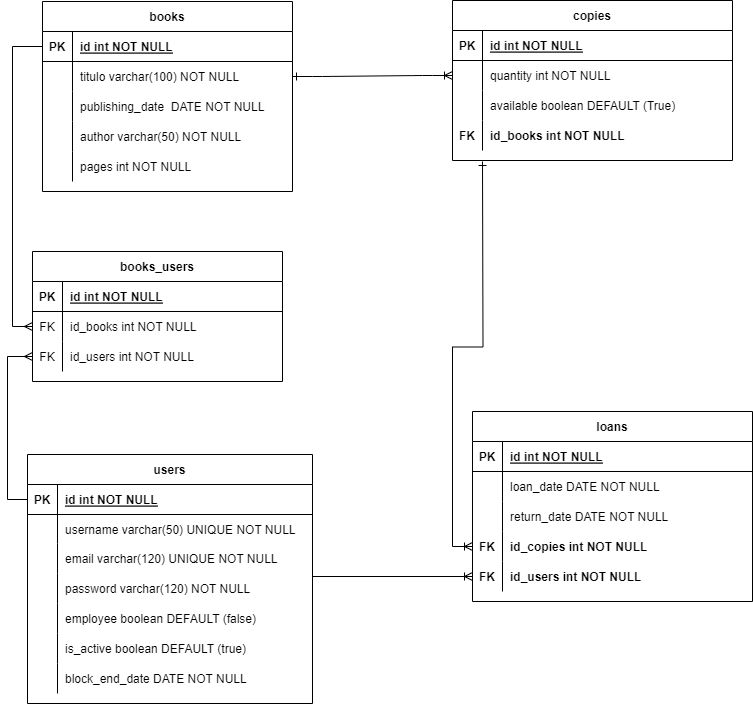
The draw.io diagram DER_biblioteKA.drawio.png in projeto-BiblioteKA-g25/biblioteKA-bff, before a commit. Source tidied: cells renumbered, new cells last; positions are measured from the earlier drawing's top-left corner, leaving out a move shared by most shapes.
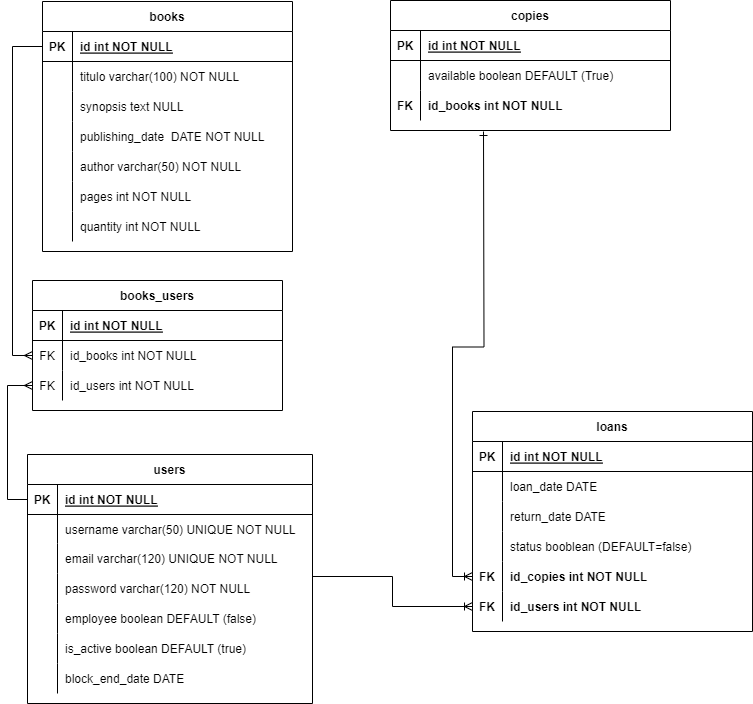
The same file after the commit.

The edit, as a diff of the source:
```diff
@@ -2,16 +2,16 @@
   <root>
     <mxCell id="0" />
     <mxCell id="1" parent="0" />
-    <mxCell id="2" style="edgeStyle=entityRelationEdgeStyle;endArrow=ERoneToMany;startArrow=ERone;endFill=0;startFill=0;exitX=1;exitY=0.5;exitDx=0;exitDy=0;" parent="1" edge="1" source="38" target="8">
+    <mxCell id="2" style="edgeStyle=entityRelationEdgeStyle;endArrow=ERoneToMany;startArrow=ERone;endFill=0;startFill=0;exitX=1;exitY=0.5;exitDx=0;exitDy=0;" parent="1" edge="1" source="38" target="x">
       <mxGeometry relative="1" as="geometry" />
     </mxCell>
     <mxCell id="3" style="edgeStyle=orthogonalEdgeStyle;rounded=0;jettySize=auto;html=1;startArrow=ERone;startFill=0;endArrow=ERoneToMany;endFill=0;entryX=0;entryY=0.5;entryDx=0;entryDy=0;" parent="1" edge="1" target="27">
       <mxGeometry relative="1" as="geometry">
-        <mxPoint x="455" y="161" as="sourcePoint" />
+        <mxPoint x="456" y="131" as="sourcePoint" />
       </mxGeometry>
     </mxCell>
     <mxCell id="4" value="copies" style="shape=table;startSize=30;rowLines=0;fontStyle=1;align=center;" parent="1" vertex="1">
-      <mxGeometry x="425" width="280" height="160" as="geometry" />
+      <mxGeometry x="363" width="280" height="130" as="geometry" />
     </mxCell>
     <mxCell id="5" style="shape=partialRectangle;fillColor=none;top=0;left=0;right=0;bottom=1;" parent="4" vertex="1">
       <mxGeometry y="30" width="280" height="30" as="geometry" />
@@ -22,17 +22,8 @@
     <mxCell id="7" value="id int NOT NULL " style="shape=partialRectangle;overflow=hidden;fillColor=none;top=0;left=0;bottom=0;right=0;align=left;spacingLeft=6;fontStyle=5;" parent="5" vertex="1">
       <mxGeometry x="30" width="250" height="30" as="geometry" />
     </mxCell>
-    <mxCell id="8" style="shape=partialRectangle;fillColor=none;points=[[0,0.5],[1,0.5]];portConstraint=eastwest;top=0;left=0;right=0;bottom=0;" parent="4" vertex="1">
-      <mxGeometry y="60" width="280" height="30" as="geometry" />
-    </mxCell>
-    <mxCell id="9" style="shape=partialRectangle;overflow=hidden;fillColor=none;top=0;left=0;bottom=0;right=0;" parent="8" vertex="1">
-      <mxGeometry width="30" height="30" as="geometry" />
-    </mxCell>
-    <mxCell id="10" value="quantity int NOT NULL" style="shape=partialRectangle;overflow=hidden;fillColor=none;top=0;left=0;bottom=0;right=0;align=left;spacingLeft=6;" parent="8" vertex="1">
-      <mxGeometry x="30" width="250" height="30" as="geometry" />
-    </mxCell>
     <mxCell id="11" style="shape=partialRectangle;fillColor=none;top=0;left=0;right=0;bottom=0;" parent="4" vertex="1">
-      <mxGeometry y="90" width="280" height="30" as="geometry" />
+      <mxGeometry y="60" width="280" height="30" as="geometry" />
     </mxCell>
     <mxCell id="12" style="shape=partialRectangle;overflow=hidden;fillColor=none;top=0;left=0;bottom=0;right=0;" parent="11" vertex="1">
       <mxGeometry width="30" height="30" as="geometry" />
@@ -41,7 +32,7 @@
       <mxGeometry x="30" width="250" height="30" as="geometry" />
     </mxCell>
     <mxCell id="14" style="shape=partialRectangle;fillColor=none;top=0;left=0;right=0;bottom=0;" parent="4" vertex="1">
-      <mxGeometry y="120" width="280" height="30" as="geometry" />
+      <mxGeometry y="90" width="280" height="30" as="geometry" />
     </mxCell>
     <mxCell id="15" value="FK" style="shape=partialRectangle;overflow=hidden;fillColor=none;top=0;left=0;bottom=0;right=0;fontStyle=1;" parent="14" vertex="1">
       <mxGeometry width="30" height="30" as="geometry" />
@@ -50,7 +41,7 @@
       <mxGeometry x="30" width="250" height="30" as="geometry" />
     </mxCell>
     <mxCell id="17" value="loans" style="shape=table;startSize=30;rowLines=0;fontStyle=1;align=center;" parent="1" vertex="1">
-      <mxGeometry x="445" y="411" width="280" height="190" as="geometry" />
+      <mxGeometry x="445" y="411" width="280" height="220" as="geometry" />
     </mxCell>
     <mxCell id="18" style="shape=partialRectangle;fillColor=none;top=0;left=0;right=0;bottom=1;" parent="17" vertex="1">
       <mxGeometry y="30" width="280" height="30" as="geometry" />
@@ -67,7 +58,7 @@
     <mxCell id="22" style="shape=partialRectangle;overflow=hidden;fillColor=none;top=0;left=0;bottom=0;right=0;" parent="21" vertex="1">
       <mxGeometry width="30" height="30" as="geometry" />
     </mxCell>
-    <mxCell id="23" value="loan_date DATE NOT NULL" style="shape=partialRectangle;overflow=hidden;fillColor=none;top=0;left=0;bottom=0;right=0;align=left;spacingLeft=6;" parent="21" vertex="1">
+    <mxCell id="23" value="loan_date DATE" style="shape=partialRectangle;overflow=hidden;fillColor=none;top=0;left=0;bottom=0;right=0;align=left;spacingLeft=6;" parent="21" vertex="1">
       <mxGeometry x="30" width="250" height="30" as="geometry" />
     </mxCell>
     <mxCell id="24" style="shape=partialRectangle;fillColor=none;top=0;left=0;right=0;bottom=0;" parent="17" vertex="1">
@@ -76,11 +67,20 @@
     <mxCell id="25" style="shape=partialRectangle;overflow=hidden;fillColor=none;top=0;left=0;bottom=0;right=0;" parent="24" vertex="1">
       <mxGeometry width="30" height="30" as="geometry" />
     </mxCell>
-    <mxCell id="26" value="return_date DATE NOT NULL" style="shape=partialRectangle;overflow=hidden;fillColor=none;top=0;left=0;bottom=0;right=0;align=left;spacingLeft=6;" parent="24" vertex="1">
+    <mxCell id="26" value="return_date DATE" style="shape=partialRectangle;overflow=hidden;fillColor=none;top=0;left=0;bottom=0;right=0;align=left;spacingLeft=6;" parent="24" vertex="1">
       <mxGeometry x="30" width="250" height="30" as="geometry" />
     </mxCell>
+    <mxCell id="85" style="shape=partialRectangle;fillColor=none;top=0;left=0;right=0;bottom=0;" parent="17" vertex="1">
+      <mxGeometry y="120" width="280" height="30" as="geometry" />
+    </mxCell>
+    <mxCell id="86" style="shape=partialRectangle;overflow=hidden;fillColor=none;top=0;left=0;bottom=0;right=0;" parent="85" vertex="1">
+      <mxGeometry width="30" height="30" as="geometry" />
+    </mxCell>
+    <mxCell id="87" value="status booblean (DEFAULT=false)" style="shape=partialRectangle;overflow=hidden;fillColor=none;top=0;left=0;bottom=0;right=0;align=left;spacingLeft=6;" parent="85" vertex="1">
+      <mxGeometry x="30" width="250" height="30" as="geometry" />
+    </mxCell>
     <mxCell id="27" style="shape=partialRectangle;fillColor=none;points=[[0,0.5],[1,0.5]];portConstraint=eastwest;top=0;left=0;right=0;bottom=0;" parent="17" vertex="1">
-      <mxGeometry y="120" width="280" height="30" as="geometry" />
+      <mxGeometry y="150" width="280" height="30" as="geometry" />
     </mxCell>
     <mxCell id="28" value="FK" style="shape=partialRectangle;overflow=hidden;fillColor=none;top=0;left=0;bottom=0;right=0;fontStyle=1;" parent="27" vertex="1">
       <mxGeometry width="30" height="30" as="geometry" />
@@ -89,7 +89,7 @@
       <mxGeometry x="30" width="250" height="30" as="geometry" />
     </mxCell>
     <mxCell id="30" style="shape=partialRectangle;fillColor=none;points=[[0,0.5],[1,0.5]];portConstraint=eastwest;top=0;left=0;right=0;bottom=0;" parent="17" vertex="1">
-      <mxGeometry y="150" width="280" height="30" as="geometry" />
+      <mxGeometry y="180" width="280" height="30" as="geometry" />
     </mxCell>
     <mxCell id="31" value="FK" style="shape=partialRectangle;overflow=hidden;fillColor=none;top=0;left=0;bottom=0;right=0;fontStyle=1;" parent="30" vertex="1">
       <mxGeometry width="30" height="30" as="geometry" />
@@ -101,7 +101,7 @@
       <mxGeometry relative="1" as="geometry" />
     </mxCell>
     <mxCell id="34" value="books" style="shape=table;startSize=30;rowLines=0;fontStyle=1;align=center;" parent="1" vertex="1">
-      <mxGeometry x="15" y="1" width="250" height="190" as="geometry" />
+      <mxGeometry x="15" y="1" width="250" height="250" as="geometry" />
     </mxCell>
     <mxCell id="35" style="shape=partialRectangle;fillColor=none;points=[[0,0.5],[1,0.5]];portConstraint=eastwest;top=0;left=0;right=0;bottom=1;" parent="34" vertex="1">
       <mxGeometry y="30" width="250" height="30" as="geometry" />
@@ -121,8 +121,17 @@
     <mxCell id="40" value="titulo varchar(100) NOT NULL" style="shape=partialRectangle;overflow=hidden;fillColor=none;top=0;left=0;bottom=0;right=0;align=left;spacingLeft=6;" parent="38" vertex="1">
       <mxGeometry x="30" width="220" height="30" as="geometry" />
     </mxCell>
+    <mxCell id="88" style="shape=partialRectangle;fillColor=none;top=0;left=0;right=0;bottom=0;" parent="34" vertex="1">
+      <mxGeometry y="90" width="250" height="30" as="geometry" />
+    </mxCell>
+    <mxCell id="89" style="shape=partialRectangle;overflow=hidden;fillColor=none;top=0;left=0;bottom=0;right=0;" parent="88" vertex="1">
+      <mxGeometry width="30" height="30" as="geometry" />
+    </mxCell>
+    <mxCell id="90" value="synopsis text NULL" style="shape=partialRectangle;overflow=hidden;fillColor=none;top=0;left=0;bottom=0;right=0;align=left;spacingLeft=6;" parent="88" vertex="1">
+      <mxGeometry x="30" width="220" height="30" as="geometry" />
+    </mxCell>
     <mxCell id="41" style="shape=partialRectangle;fillColor=none;top=0;left=0;right=0;bottom=0;" parent="34" vertex="1">
-      <mxGeometry y="90" width="250" height="30" as="geometry" />
+      <mxGeometry y="120" width="250" height="30" as="geometry" />
     </mxCell>
     <mxCell id="42" style="shape=partialRectangle;overflow=hidden;fillColor=none;top=0;left=0;bottom=0;right=0;" parent="41" vertex="1">
       <mxGeometry width="30" height="30" as="geometry" />
@@ -131,7 +140,7 @@
       <mxGeometry x="30" width="220" height="30" as="geometry" />
     </mxCell>
     <mxCell id="44" style="shape=partialRectangle;fillColor=none;top=0;left=0;right=0;bottom=0;" parent="34" vertex="1">
-      <mxGeometry y="120" width="250" height="30" as="geometry" />
+      <mxGeometry y="150" width="250" height="30" as="geometry" />
     </mxCell>
     <mxCell id="45" style="shape=partialRectangle;overflow=hidden;fillColor=none;top=0;left=0;bottom=0;right=0;" parent="44" vertex="1">
       <mxGeometry width="30" height="30" as="geometry" />
@@ -140,7 +149,7 @@
       <mxGeometry x="30" width="220" height="30" as="geometry" />
     </mxCell>
     <mxCell id="47" style="shape=partialRectangle;fillColor=none;top=0;left=0;right=0;bottom=0;" parent="34" vertex="1">
-      <mxGeometry y="150" width="250" height="30" as="geometry" />
+      <mxGeometry y="180" width="250" height="30" as="geometry" />
     </mxCell>
     <mxCell id="48" style="shape=partialRectangle;overflow=hidden;fillColor=none;top=0;left=0;bottom=0;right=0;" parent="47" vertex="1">
       <mxGeometry width="30" height="30" as="geometry" />
@@ -148,6 +157,15 @@
     <mxCell id="49" value="pages int NOT NULL" style="shape=partialRectangle;overflow=hidden;fillColor=none;top=0;left=0;bottom=0;right=0;align=left;spacingLeft=6;" parent="47" vertex="1">
       <mxGeometry x="30" width="220" height="30" as="geometry" />
     </mxCell>
+    <mxCell id="91" style="shape=partialRectangle;fillColor=none;top=0;left=0;right=0;bottom=0;" parent="34" vertex="1">
+      <mxGeometry y="210" width="250" height="30" as="geometry" />
+    </mxCell>
+    <mxCell id="92" style="shape=partialRectangle;overflow=hidden;fillColor=none;top=0;left=0;bottom=0;right=0;" parent="91" vertex="1">
+      <mxGeometry width="30" height="30" as="geometry" />
+    </mxCell>
+    <mxCell id="10" value="quantity int NOT NULL" style="shape=partialRectangle;overflow=hidden;fillColor=none;top=0;left=0;bottom=0;right=0;align=left;spacingLeft=6;fontStyle=0;" parent="91" vertex="1">
+      <mxGeometry x="30" width="220" height="30" as="geometry" />
+    </mxCell>
     <mxCell id="50" style="edgeStyle=orthogonalEdgeStyle;rounded=0;jettySize=auto;html=1;endArrow=ERmany;endFill=0;entryX=0;entryY=0.5;entryDx=0;entryDy=0;exitX=0;exitY=0.5;exitDx=0;exitDy=0;" parent="1" edge="1" source="52" target="80">
       <mxGeometry relative="1" as="geometry" />
     </mxCell>
@@ -214,11 +232,11 @@
     <mxCell id="71" style="shape=partialRectangle;overflow=hidden;fillColor=none;top=0;left=0;bottom=0;right=0;" parent="70" vertex="1">
       <mxGeometry width="30" height="30" as="geometry" />
     </mxCell>
-    <mxCell id="72" value="block_end_date DATE NOT NULL" style="shape=partialRectangle;overflow=hidden;fillColor=none;top=0;left=0;bottom=0;right=0;align=left;spacingLeft=6;" parent="70" vertex="1">
+    <mxCell id="72" value="block_end_date DATE" style="shape=partialRectangle;overflow=hidden;fillColor=none;top=0;left=0;bottom=0;right=0;align=left;spacingLeft=6;" parent="70" vertex="1">
       <mxGeometry x="30" width="255" height="30" as="geometry" />
     </mxCell>
     <mxCell id="73" value="books_users" style="shape=table;startSize=30;rowLines=0;fontStyle=1;align=center;" parent="1" vertex="1">
-      <mxGeometry x="5" y="251" width="250" height="130" as="geometry" />
+      <mxGeometry x="5" y="280" width="250" height="130" as="geometry" />
     </mxCell>
     <mxCell id="74" style="shape=partialRectangle;fillColor=none;top=0;left=0;right=0;bottom=1;" parent="73" vertex="1">
       <mxGeometry y="30" width="250" height="30" as="geometry" />
@@ -250,8 +268,5 @@
     <mxCell id="83" style="edgeStyle=orthogonalEdgeStyle;rounded=0;jettySize=auto;html=1;entryX=0;entryY=0.5;entryDx=0;entryDy=0;startArrow=baseDash;startFill=0;endArrow=ERoneToMany;endFill=0;exitX=1;exitY=0.1;exitDx=0;exitDy=0;exitPerimeter=0;" parent="1" edge="1" source="61" target="30">
       <mxGeometry relative="1" as="geometry" />
     </mxCell>
-    <mxCell id="84" style="edgeStyle=orthogonalEdgeStyle;rounded=0;jettySize=auto;html=1;entryX=1;entryY=0.5;entryDx=0;entryDy=0;endArrow=ERmany;endFill=0;" parent="1" edge="1" source="x" target="52">
-      <mxGeometry relative="1" as="geometry" />
-    </mxCell>
   </root>
 </mxGraphModel>
```
